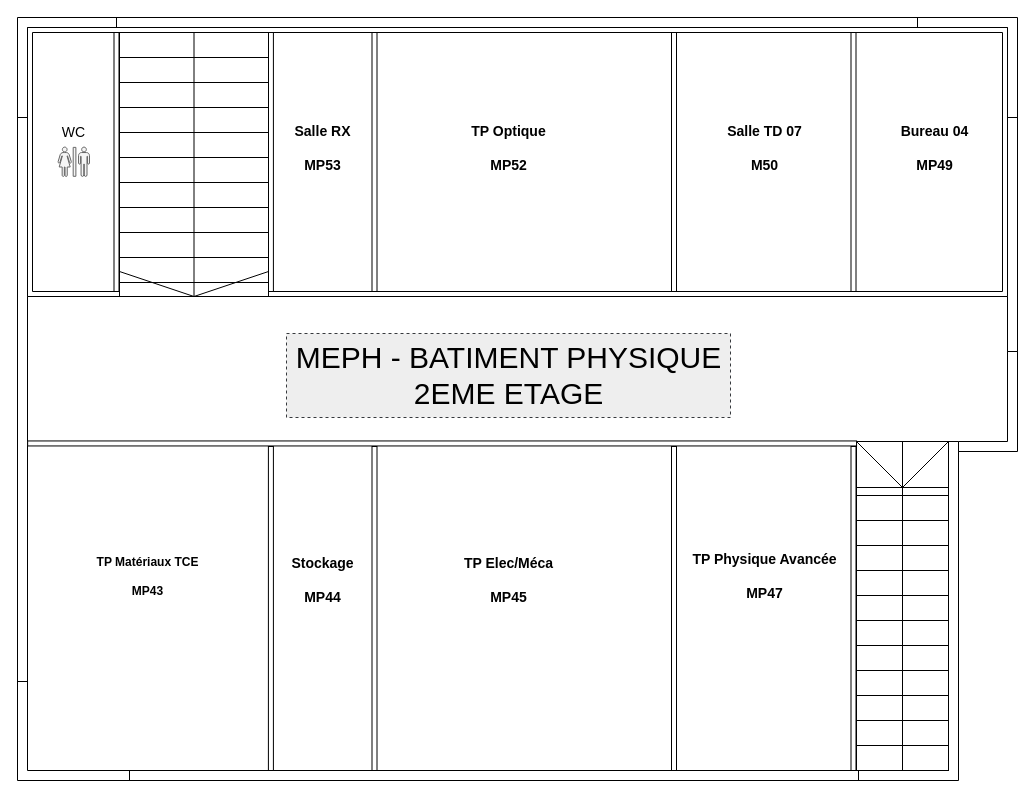
Earlier version of the draw.io diagram page "2EME" (3 of 3) of meph-plan_physique.drawio (gI7DUmmY/diagrams). Source tidied: cells renumbered, new cells numbered last; positions are measured from the earlier drawing's top-left corner, leaving out a move shared by most shapes. Both pictures are drawn from the tidied source at 100%, with x=0, y=0 at pixel (17, 17).
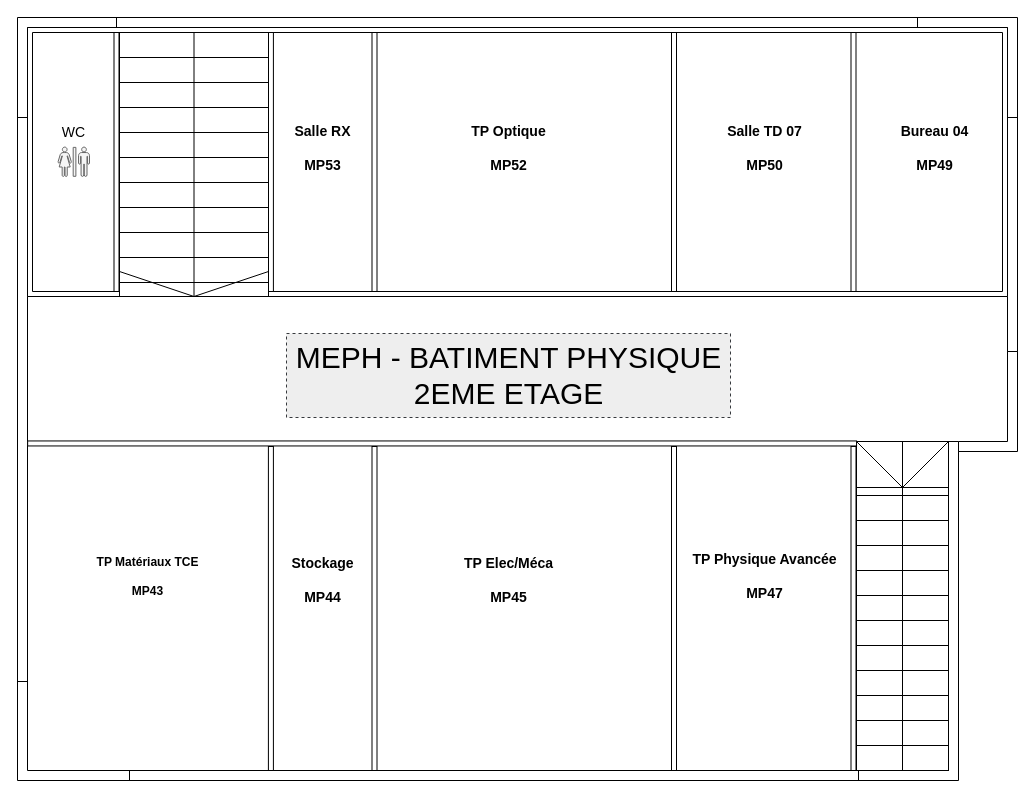
Above is the later version.

Commit message:
Mettre à jour meph-plan_physique.drawio

The edit, as a diff of the source:
```diff
@@
-    <mxCell id="21" value="&lt;div style=&quot;font-size: 14px;&quot;&gt;Salle TD 07&lt;/div&gt;&lt;div style=&quot;font-size: 14px;&quot;&gt;&lt;br&gt;&lt;/div&gt;&lt;div style=&quot;font-size: 14px;&quot;&gt;M50&lt;/div&gt;" style="text;html=1;align=center;verticalAlign=middle;strokeColor=none;fillColor=none;fontFamily=Helvetica;fontSize=14;fontColor=default;fontStyle=1;" parent="1" vertex="1">
+    <mxCell id="21" value="&lt;div style=&quot;font-size: 14px;&quot;&gt;Salle TD 07&lt;/div&gt;&lt;div style=&quot;font-size: 14px;&quot;&gt;&lt;br&gt;&lt;/div&gt;&lt;div style=&quot;font-size: 14px;&quot;&gt;MP50&lt;/div&gt;" style="text;html=1;align=center;verticalAlign=middle;strokeColor=none;fillColor=none;fontFamily=Helvetica;fontSize=14;fontColor=default;fontStyle=1;" parent="1" vertex="1">
       <mxGeometry x="701" y="100" width="91" height="62" as="geometry" />
     </mxCell>
```
